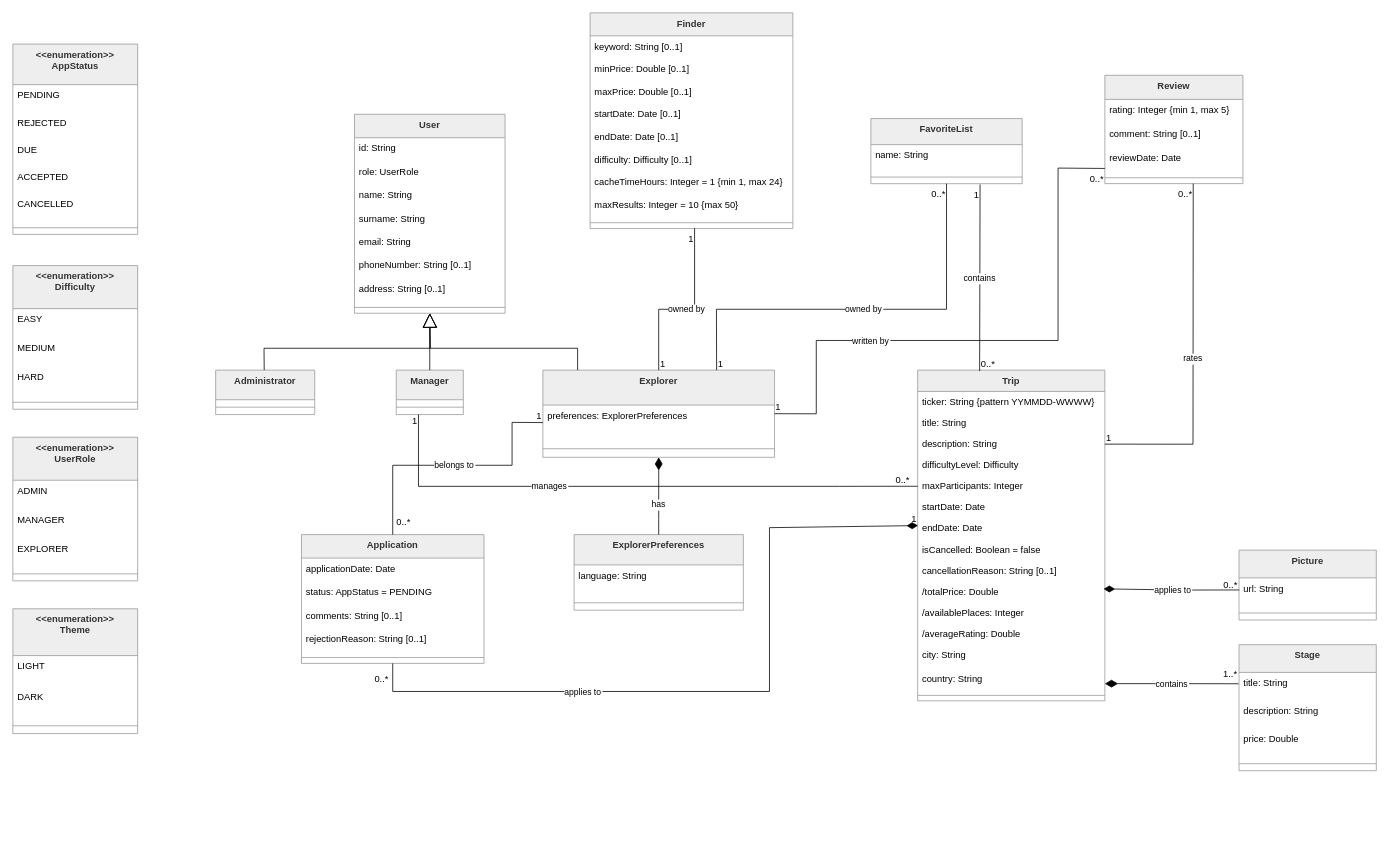
The draw.io diagram uml/UMLOpcion1.drawio in Dangalcan/acme-explorer, before the edit. Source tidied: cells renumbered, new cells numbered last; positions are measured from the earlier drawing's top-left corner, leaving out a move shared by most shapes. Both pictures are drawn from the tidied source at 78%, with x=0, y=0 at pixel (12, 12).
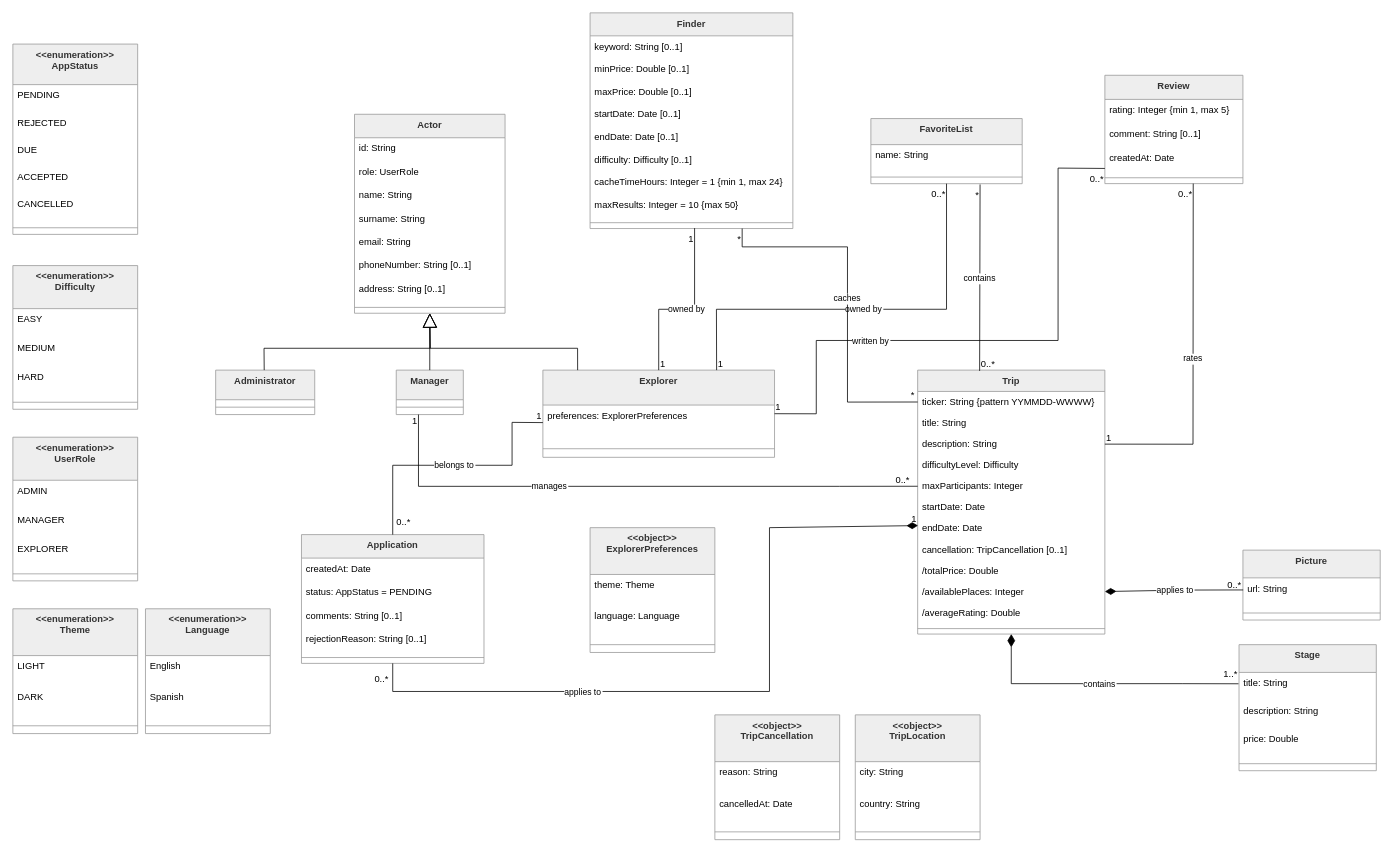
The same page after the edit.

Commit message (it also covers changes not shown here):
chore: improve UML diagram

The change refers to these unchanged cells:
```xml
<mxCell id="39" value="Explorer" style="swimlane;fontStyle=1;align=center;verticalAlign=top;horizontal=1;startSize=44.8;fillColor=light-dark(#eeeeee,#1f2020);strokeColor=light-dark(#999999,#cccccc);fontColor=light-dark(#333333,#cccccc);" parent="1" vertex="1">
  <mxGeometry x="679.5" y="458" width="297" height="111.8" as="geometry" />
</mxCell>
<mxCell id="43" value="ticker: String {pattern YYMMDD-WWWW}" style="text;strokeColor=none;fillColor=none;align=left;verticalAlign=top;spacingLeft=4;spacingRight=4;overflow=hidden;points=[[0,0.5],[1,0.5]];portConstraint=eastwest;" parent="42" vertex="1">
  <mxGeometry y="27.4" width="240" height="27" as="geometry" />
</mxCell>
<mxCell id="59" value="title: String" style="text;strokeColor=none;fillColor=none;align=left;verticalAlign=top;spacingLeft=4;spacingRight=4;overflow=hidden;points=[[0,0.5],[1,0.5]];portConstraint=eastwest;" parent="58" vertex="1">
  <mxGeometry y="35.6" width="176" height="36" as="geometry" />
</mxCell>
<mxCell id="63" value="Application" style="swimlane;fontStyle=1;align=center;verticalAlign=top;horizontal=1;startSize=30.11764705882353;fillColor=light-dark(#eeeeee,#1f2020);strokeColor=light-dark(#999999,#cccccc);fontColor=light-dark(#333333,#cccccc);" parent="1" vertex="1">
  <mxGeometry x="370" y="668.9" width="234" height="165.1" as="geometry" />
</mxCell>
<mxCell id="69" value="Review" style="swimlane;fontStyle=1;align=center;verticalAlign=top;horizontal=1;startSize=30.933333333333334;fillColor=light-dark(#eeeeee,#1f2020);strokeColor=light-dark(#999999,#cccccc);fontColor=light-dark(#333333,#cccccc);" parent="1" vertex="1">
  <mxGeometry x="1400" y="80" width="177" height="138.9" as="geometry" />
</mxCell>
<mxCell id="74" value="Finder" style="swimlane;fontStyle=1;align=center;verticalAlign=top;horizontal=1;startSize=29.473684210526315;fillColor=light-dark(#eeeeee,#1f2020);strokeColor=light-dark(#999999,#cccccc);fontColor=light-dark(#333333,#cccccc);" parent="1" vertex="1">
  <mxGeometry x="740" width="260" height="276.5" as="geometry" />
</mxCell>
<mxCell id="114" value="contains" style="curved=0;startArrow=none;startSize=14;startFill=0;endArrow=none;entryX=0.331;entryY=0.003;rounded=0;entryDx=0;entryDy=0;entryPerimeter=0;" parent="1" edge="1" target="42">
  <mxGeometry relative="1" as="geometry">
    <mxPoint x="1240" y="220" as="sourcePoint" />
  </mxGeometry>
</mxCell>
<mxCell id="118" value="url: String" style="text;strokeColor=none;fillColor=none;align=left;verticalAlign=top;spacingLeft=4;spacingRight=4;overflow=hidden;points=[[0,0.5],[1,0.5]];portConstraint=eastwest;" parent="117" vertex="1">
  <mxGeometry y="35.6" width="176" height="36" as="geometry" />
</mxCell>
```

What changed in the source:
```diff
@@
-    <mxCell id="23" value="ExplorerPreferences" style="swimlane;fontStyle=1;align=center;verticalAlign=top;horizontal=1;startSize=38.857142857142854;fillColor=light-dark(#eeeeee,#1f2020);strokeColor=light-dark(#999999,#cccccc);fontColor=light-dark(#333333,#cccccc);" parent="1" vertex="1">
-      <mxGeometry x="719.5" y="668.9" width="217" height="96.9" as="geometry" />
-    </mxCell>
-    <mxCell id="24" value="language: String" style="text;strokeColor=none;fillColor=none;align=left;verticalAlign=top;spacingLeft=4;spacingRight=4;overflow=hidden;" parent="23" vertex="1">
-      <mxGeometry y="38.9" width="217" height="39" as="geometry" />
-    </mxCell>
-    <mxCell id="25" style="line;strokeWidth=1;fillColor=none;align=left;verticalAlign=middle;spacingTop=-1;spacingLeft=3;spacingRight=3;labelPosition=right;strokeColor=inherit;" parent="23" vertex="1">
-      <mxGeometry y="77.9" width="217" height="19" as="geometry" />
-    </mxCell>
-    <mxCell id="26" value="User" style="swimlane;fontStyle=1;align=center;verticalAlign=top;horizontal=1;startSize=30.11764705882353;fillColor=light-dark(#eeeeee,#1f2020);strokeColor=light-dark(#999999,#cccccc);fontColor=light-dark(#333333,#cccccc);" parent="1" vertex="1">
+    <mxCell id="26" value="Actor" style="swimlane;fontStyle=1;align=center;verticalAlign=top;horizontal=1;startSize=30.11764705882353;fillColor=light-dark(#eeeeee,#1f2020);strokeColor=light-dark(#999999,#cccccc);fontColor=light-dark(#333333,#cccccc);" parent="1" vertex="1">
       <mxGeometry x="438" y="130" width="193" height="255.1" as="geometry" />
     </mxCell>
@@
     <mxCell id="42" value="Trip" style="swimlane;fontStyle=1;align=center;verticalAlign=top;horizontal=1;startSize=27.35483870967742;fillColor=light-dark(#eeeeee,#1f2020);strokeColor=light-dark(#999999,#cccccc);fontColor=light-dark(#333333,#cccccc);" parent="1" vertex="1">
-      <mxGeometry x="1160" y="458" width="240" height="424" as="geometry" />
+      <mxGeometry x="1160" y="458" width="240" height="338.4" as="geometry" />
     </mxCell>
@@
-    <mxCell id="50" value="isCancelled: Boolean = false" style="text;strokeColor=none;fillColor=none;align=left;verticalAlign=top;spacingLeft=4;spacingRight=4;overflow=hidden;" parent="42" vertex="1">
+    <mxCell id="50" value="cancellation: TripCancellation [0..1]" style="text;strokeColor=none;fillColor=none;align=left;verticalAlign=top;spacingLeft=4;spacingRight=4;overflow=hidden;" parent="42" vertex="1">
       <mxGeometry y="216.4" width="240" height="27" as="geometry" />
     </mxCell>
-    <mxCell id="51" value="cancellationReason: String [0..1]" style="text;strokeColor=none;fillColor=none;align=left;verticalAlign=top;spacingLeft=4;spacingRight=4;overflow=hidden;" parent="42" vertex="1">
-      <mxGeometry y="243.4" width="240" height="27" as="geometry" />
-    </mxCell>
     <mxCell id="52" value="/totalPrice: Double" style="text;strokeColor=none;fillColor=none;align=left;verticalAlign=top;spacingLeft=4;spacingRight=4;overflow=hidden;points=[[0,0.5],[1,0.5]];portConstraint=eastwest;" parent="42" vertex="1">
-      <mxGeometry y="270.4" width="240" height="27" as="geometry" />
+      <mxGeometry y="243.4" width="240" height="27" as="geometry" />
     </mxCell>
     <mxCell id="53" value="/availablePlaces: Integer" style="text;strokeColor=none;fillColor=none;align=left;verticalAlign=top;spacingLeft=4;spacingRight=4;overflow=hidden;points=[[0,0.5],[1,0.5]];portConstraint=eastwest;" parent="42" vertex="1">
-      <mxGeometry y="297.4" width="240" height="27" as="geometry" />
+      <mxGeometry y="270.4" width="240" height="27" as="geometry" />
     </mxCell>
     <mxCell id="54" value="/averageRating: Double" style="text;strokeColor=none;fillColor=none;align=left;verticalAlign=top;spacingLeft=4;spacingRight=4;overflow=hidden;" parent="42" vertex="1">
-      <mxGeometry y="324.4" width="240" height="27" as="geometry" />
+      <mxGeometry y="297.4" width="240" height="27" as="geometry" />
     </mxCell>
-    <mxCell id="55" value="city: String" style="text;strokeColor=none;fillColor=none;align=left;verticalAlign=top;spacingLeft=4;spacingRight=4;overflow=hidden;" parent="42" vertex="1">
-      <mxGeometry y="351.4" width="240" height="31.6" as="geometry" />
-    </mxCell>
-    <mxCell id="56" value="country: String" style="text;strokeColor=none;fillColor=none;align=left;verticalAlign=top;spacingLeft=4;spacingRight=4;overflow=hidden;" parent="42" vertex="1">
-      <mxGeometry y="383" width="240" height="27" as="geometry" />
-    </mxCell>
     <mxCell id="57" style="line;strokeWidth=1;fillColor=none;align=left;verticalAlign=middle;spacingTop=-1;spacingLeft=3;spacingRight=3;labelPosition=right;strokeColor=inherit;" parent="42" vertex="1">
-      <mxGeometry y="410" width="240" height="14" as="geometry" />
+      <mxGeometry y="324.4" width="240" height="14" as="geometry" />
     </mxCell>
@@
-    <mxCell id="64" value="applicationDate: Date" style="text;strokeColor=none;fillColor=none;align=left;verticalAlign=top;spacingLeft=4;spacingRight=4;overflow=hidden;" parent="63" vertex="1">
+    <mxCell id="64" value="createdAt: Date" style="text;strokeColor=none;fillColor=none;align=left;verticalAlign=top;spacingLeft=4;spacingRight=4;overflow=hidden;" parent="63" vertex="1">
       <mxGeometry y="30.1" width="234" height="30" as="geometry" />
     </mxCell>
@@
-    <mxCell id="72" value="reviewDate: Date" style="text;strokeColor=none;fillColor=none;align=left;verticalAlign=top;spacingLeft=4;spacingRight=4;overflow=hidden;" parent="69" vertex="1">
+    <mxCell id="72" value="createdAt: Date" style="text;strokeColor=none;fillColor=none;align=left;verticalAlign=top;spacingLeft=4;spacingRight=4;overflow=hidden;" parent="69" vertex="1">
       <mxGeometry y="92.9" width="177" height="31" as="geometry" />
     </mxCell>
@@
-    <mxCell id="90" value="has" style="curved=1;startArrow=diamondThin;startSize=14;startFill=1;endArrow=none;exitX=0.5;exitY=1;entryX=0.5;entryY=0;rounded=0;" parent="1" edge="1" source="39" target="23">
-      <mxGeometry x="0.22" relative="1" as="geometry" />
-    </mxCell>
-    <mxCell id="91" value="contains" style="curved=0;startArrow=diamondThin;startSize=14;startFill=1;endArrow=none;rounded=0;entryX=-0.004;entryY=0.404;entryDx=0;entryDy=0;entryPerimeter=0;" parent="1" edge="1" target="59">
+    <mxCell id="91" value="contains" style="curved=0;startArrow=diamondThin;startSize=14;startFill=1;endArrow=none;rounded=0;entryX=-0.004;entryY=0.404;entryDx=0;entryDy=0;entryPerimeter=0;exitX=0.5;exitY=1;exitDx=0;exitDy=0;" parent="1" edge="1" source="42" target="59">
       <mxGeometry relative="1" as="geometry">
-        <mxPoint x="1400" y="860" as="sourcePoint" />
         <Array as="points">
+          <mxPoint x="1280" y="860" />
           <mxPoint x="1500" y="860" />
         </Array>
       </mxGeometry>
     </mxCell>
@@
-    <mxCell id="115" value="1" style="edgeLabel;labelBackgroundColor=none;fontSize=12;align=right;verticalAlign=top;" parent="114" vertex="1">
+    <mxCell id="115" value="*" style="edgeLabel;labelBackgroundColor=none;fontSize=12;align=right;verticalAlign=top;" parent="114" vertex="1">
       <mxGeometry x="-1" relative="1" as="geometry" />
     </mxCell>
@@
     <mxCell id="117" value="Picture" style="swimlane;fontStyle=1;align=center;verticalAlign=top;horizontal=1;startSize=35.55555555555556;fillColor=light-dark(#eeeeee,#1f2020);strokeColor=light-dark(#999999,#cccccc);fontColor=light-dark(#333333,#cccccc);" parent="1" vertex="1">
-      <mxGeometry x="1572" y="688.8" width="176" height="89.6" as="geometry" />
+      <mxGeometry x="1577" y="688.8" width="176" height="89.6" as="geometry" />
     </mxCell>
@@
-    <mxCell id="120" value="applies to" style="curved=0;startArrow=none;endArrow=diamondThin;endSize=12;entryX=0.993;entryY=0.373;rounded=0;endFill=1;entryDx=0;entryDy=0;exitX=0.002;exitY=0.429;exitDx=0;exitDy=0;entryPerimeter=0;exitPerimeter=0;" parent="1" edge="1" source="118" target="52">
+    <mxCell id="120" value="applies to" style="curved=0;startArrow=none;endArrow=diamondThin;endSize=12;entryX=1;entryY=0.5;rounded=0;endFill=1;entryDx=0;entryDy=0;exitX=0.002;exitY=0.429;exitDx=0;exitDy=0;exitPerimeter=0;" parent="1" edge="1" source="118" target="53">
       <mxGeometry x="-0.02" relative="1" as="geometry">
         <Array as="points">
           <mxPoint x="1500" y="740" />
         </Array>
       </mxGeometry>
     </mxCell>
@@
+    <mxCell id="122" value="&lt;&lt;object&gt;&gt;&#10;ExplorerPreferences" style="swimlane;fontStyle=1;align=center;verticalAlign=top;horizontal=1;startSize=60;fillColor=light-dark(#eeeeee,#1f2020);strokeColor=light-dark(#999999,#cccccc);fontColor=light-dark(#333333,#cccccc);" parent="1" vertex="1">
+      <mxGeometry x="740" y="660" width="160" height="160" as="geometry" />
+    </mxCell>
+    <mxCell id="123" value="theme: Theme" style="text;strokeColor=none;fillColor=none;align=left;verticalAlign=top;spacingLeft=4;spacingRight=4;overflow=hidden;" parent="122" vertex="1">
+      <mxGeometry y="60" width="160" height="40" as="geometry" />
+    </mxCell>
+    <mxCell id="124" value="language: Language" style="text;strokeColor=none;fillColor=none;align=left;verticalAlign=top;spacingLeft=4;spacingRight=4;overflow=hidden;" parent="122" vertex="1">
+      <mxGeometry y="100" width="160" height="40" as="geometry" />
+    </mxCell>
+    <mxCell id="125" style="line;strokeWidth=1;fillColor=none;align=left;verticalAlign=middle;spacingTop=-1;spacingLeft=3;spacingRight=3;labelPosition=right;strokeColor=inherit;" parent="122" vertex="1">
+      <mxGeometry y="140" width="160" height="20" as="geometry" />
+    </mxCell>
+    <mxCell id="126" value="&lt;&lt;enumeration&gt;&gt;&#10;Language" style="swimlane;fontStyle=1;align=center;verticalAlign=top;horizontal=1;startSize=60;fillColor=light-dark(#eeeeee,#1f2020);strokeColor=light-dark(#999999,#cccccc);fontColor=light-dark(#333333,#cccccc);" parent="1" vertex="1">
+      <mxGeometry x="170" y="764" width="160" height="160" as="geometry" />
+    </mxCell>
+    <mxCell id="127" value="English" style="text;strokeColor=none;fillColor=none;align=left;verticalAlign=top;spacingLeft=4;spacingRight=4;overflow=hidden;" parent="126" vertex="1">
+      <mxGeometry y="60" width="160" height="40" as="geometry" />
+    </mxCell>
+    <mxCell id="128" value="Spanish" style="text;strokeColor=none;fillColor=none;align=left;verticalAlign=top;spacingLeft=4;spacingRight=4;overflow=hidden;" parent="126" vertex="1">
+      <mxGeometry y="100" width="160" height="40" as="geometry" />
+    </mxCell>
+    <mxCell id="129" style="line;strokeWidth=1;fillColor=none;align=left;verticalAlign=middle;spacingTop=-1;spacingLeft=3;spacingRight=3;labelPosition=right;strokeColor=inherit;" parent="126" vertex="1">
+      <mxGeometry y="140" width="160" height="20" as="geometry" />
+    </mxCell>
+    <mxCell id="130" value="&lt;&lt;object&gt;&gt;&#10;TripCancellation" style="swimlane;fontStyle=1;align=center;verticalAlign=top;horizontal=1;startSize=60;fillColor=light-dark(#eeeeee,#1f2020);strokeColor=light-dark(#999999,#cccccc);fontColor=light-dark(#333333,#cccccc);" parent="1" vertex="1">
+      <mxGeometry x="900" y="900" width="160" height="160" as="geometry" />
+    </mxCell>
+    <mxCell id="131" value="reason: String" style="text;strokeColor=none;fillColor=none;align=left;verticalAlign=top;spacingLeft=4;spacingRight=4;overflow=hidden;" parent="130" vertex="1">
+      <mxGeometry y="60" width="160" height="40" as="geometry" />
+    </mxCell>
+    <mxCell id="132" value="cancelledAt: Date" style="text;strokeColor=none;fillColor=none;align=left;verticalAlign=top;spacingLeft=4;spacingRight=4;overflow=hidden;" parent="130" vertex="1">
+      <mxGeometry y="100" width="160" height="40" as="geometry" />
+    </mxCell>
+    <mxCell id="133" style="line;strokeWidth=1;fillColor=none;align=left;verticalAlign=middle;spacingTop=-1;spacingLeft=3;spacingRight=3;labelPosition=right;strokeColor=inherit;" parent="130" vertex="1">
+      <mxGeometry y="140" width="160" height="20" as="geometry" />
+    </mxCell>
+    <mxCell id="134" value="&lt;&lt;object&gt;&gt;&#10;TripLocation" style="swimlane;fontStyle=1;align=center;verticalAlign=top;horizontal=1;startSize=60;fillColor=light-dark(#eeeeee,#1f2020);strokeColor=light-dark(#999999,#cccccc);fontColor=light-dark(#333333,#cccccc);" parent="1" vertex="1">
+      <mxGeometry x="1080" y="900" width="160" height="160" as="geometry" />
+    </mxCell>
+    <mxCell id="55" value="city: String" style="text;strokeColor=none;fillColor=none;align=left;verticalAlign=top;spacingLeft=4;spacingRight=4;overflow=hidden;" parent="134" vertex="1">
+      <mxGeometry y="60" width="160" height="40" as="geometry" />
+    </mxCell>
+    <mxCell id="56" value="country: String" style="text;strokeColor=none;fillColor=none;align=left;verticalAlign=top;spacingLeft=4;spacingRight=4;overflow=hidden;" parent="134" vertex="1">
+      <mxGeometry y="100" width="160" height="40" as="geometry" />
+    </mxCell>
+    <mxCell id="135" style="line;strokeWidth=1;fillColor=none;align=left;verticalAlign=middle;spacingTop=-1;spacingLeft=3;spacingRight=3;labelPosition=right;strokeColor=inherit;" parent="134" vertex="1">
+      <mxGeometry y="140" width="160" height="20" as="geometry" />
+    </mxCell>
+    <mxCell id="136" value="caches" style="curved=0;startArrow=none;endArrow=none;endSize=12;entryX=0;entryY=0.5;rounded=0;endFill=0;exitX=0.75;exitY=1;exitDx=0;exitDy=0;entryDx=0;entryDy=0;" parent="1" edge="1" source="74" target="43">
+      <mxGeometry relative="1" as="geometry">
+        <Array as="points">
+          <mxPoint x="935" y="300" />
+          <mxPoint x="1070" y="300" />
+          <mxPoint x="1070" y="499" />
+        </Array>
+      </mxGeometry>
+    </mxCell>
+    <mxCell id="137" value="*" style="edgeLabel;labelBackgroundColor=none;fontSize=12;align=right;verticalAlign=top;" parent="136" vertex="1">
+      <mxGeometry x="-1" relative="1" as="geometry" />
+    </mxCell>
+    <mxCell id="138" value="*" style="edgeLabel;labelBackgroundColor=none;fontSize=12;align=left;verticalAlign=bottom;" parent="136" vertex="1">
+      <mxGeometry x="1" relative="1" as="geometry">
+        <mxPoint x="-11" as="offset" />
+      </mxGeometry>
+    </mxCell>
```
